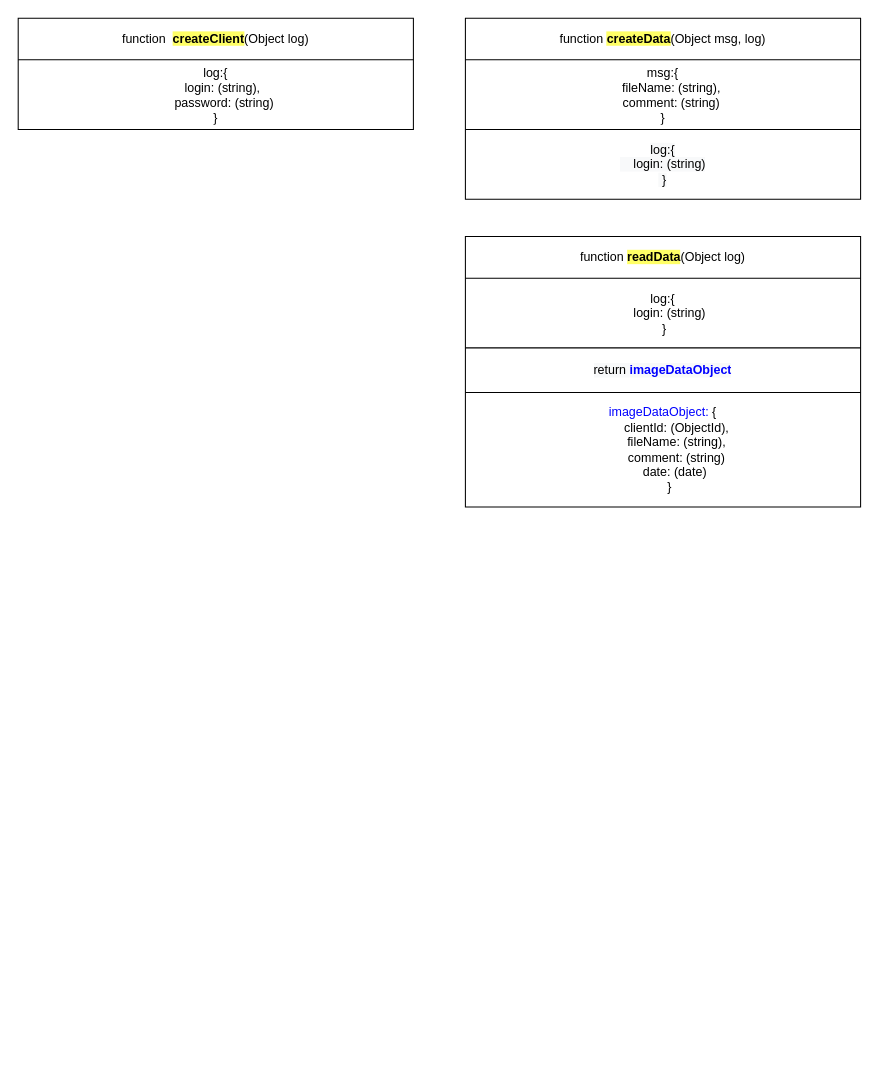
Above: page "Page-2" (2 of 2) of Biopysics_Project.drawio in KOVALcraft/TEST2_biopysics (draw.io), before the change. Source tidied: cells renumbered, new cells numbered last; positions are measured from the earlier drawing's top-left corner, leaving out a move shared by most shapes. Both pictures are drawn from the tidied source at 104%, with x=0, y=0 at pixel (18, 18).
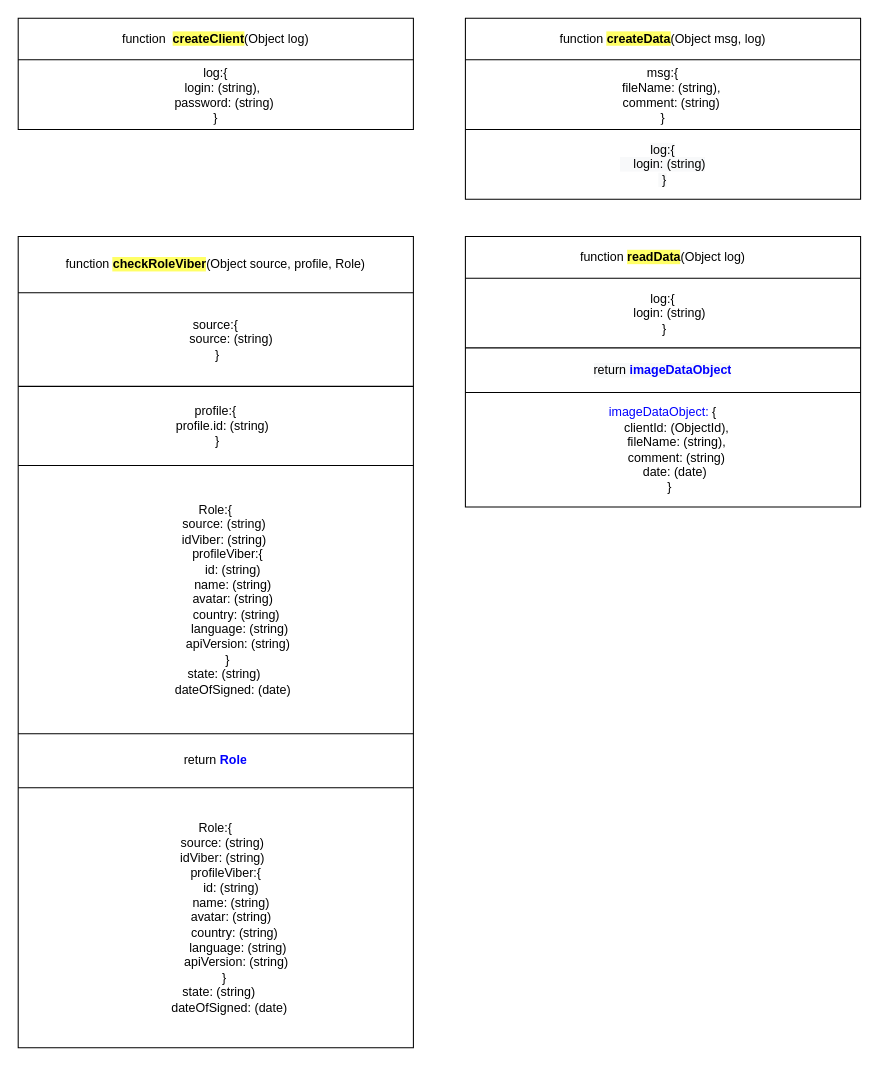
The same page after the edit.

Diff of the diagram source:
```diff
@@
+    <mxCell id="23" style="shape=table;html=1;whiteSpace=wrap;startSize=0;childLayout=tableLayout;" parent="1" vertex="1">
+      <mxGeometry y="210" width="380" height="780" as="geometry" />
+    </mxCell>
+    <mxCell id="24" style="shape=partialRectangle;html=1;whiteSpace=wrap;fillColor=none;top=0;left=0;bottom=0;right=0;" parent="23" vertex="1">
+      <mxGeometry width="380" height="54" as="geometry" />
+    </mxCell>
+    <mxCell id="25" value="function &lt;span style=&quot;background-color: rgb(255 , 255 , 102)&quot;&gt;&lt;b&gt;checkRoleViber&lt;/b&gt;&lt;/span&gt;&lt;span&gt;(Object source, profile, Role)&lt;/span&gt;" style="shape=partialRectangle;html=1;whiteSpace=wrap;overflow=hidden;fillColor=none;top=0;left=0;bottom=0;right=0;" parent="24" vertex="1">
+      <mxGeometry width="380" height="54" as="geometry" />
+    </mxCell>
+    <mxCell id="26" style="shape=partialRectangle;html=1;whiteSpace=wrap;fillColor=none;top=0;left=0;bottom=0;right=0;" parent="23" vertex="1">
+      <mxGeometry y="54" width="380" height="90" as="geometry" />
+    </mxCell>
+    <mxCell id="27" value="&lt;span style=&quot;font-family: &amp;#34;helvetica&amp;#34;&quot;&gt;source:{&lt;/span&gt;&lt;br style=&quot;font-family: &amp;#34;helvetica&amp;#34;&quot;&gt;&lt;span style=&quot;font-family: &amp;#34;helvetica&amp;#34;&quot;&gt;&lt;/span&gt;&lt;span style=&quot;font-family: &amp;#34;helvetica&amp;#34;&quot;&gt;&lt;span style=&quot;white-space: pre&quot;&gt; &lt;/span&gt;&lt;span style=&quot;white-space: pre&quot;&gt; &lt;/span&gt;&lt;span style=&quot;white-space: pre&quot;&gt; &lt;/span&gt;&lt;span style=&quot;white-space: pre&quot;&gt; &lt;span style=&quot;white-space: pre&quot;&gt; &lt;/span&gt;&lt;span style=&quot;white-space: pre&quot;&gt; &lt;/span&gt;&lt;span style=&quot;white-space: pre&quot;&gt; &lt;/span&gt;&lt;span style=&quot;white-space: pre&quot;&gt; &lt;/span&gt;&lt;span style=&quot;white-space: pre&quot;&gt; &lt;/span&gt;&lt;/span&gt;source: (string)&lt;/span&gt;&lt;br style=&quot;font-family: &amp;#34;helvetica&amp;#34;&quot;&gt;&lt;span style=&quot;font-family: &amp;#34;helvetica&amp;#34;&quot;&gt;&lt;span style=&quot;white-space: pre&quot;&gt; &lt;/span&gt;}&lt;/span&gt;" style="shape=partialRectangle;html=1;whiteSpace=wrap;overflow=hidden;fillColor=none;top=0;left=0;bottom=0;right=0;" parent="26" vertex="1">
+      <mxGeometry width="380" height="90" as="geometry" />
+    </mxCell>
+    <mxCell id="28" style="shape=partialRectangle;html=1;whiteSpace=wrap;fillColor=none;top=0;left=0;bottom=0;right=0;" parent="23" vertex="1">
+      <mxGeometry y="144" width="380" height="76" as="geometry" />
+    </mxCell>
+    <mxCell id="29" value="profile:{&lt;br&gt;&lt;span style=&quot;white-space: pre&quot;&gt; &lt;/span&gt;&lt;span style=&quot;white-space: pre&quot;&gt; &lt;span style=&quot;white-space: pre&quot;&gt; &lt;/span&gt;&lt;span style=&quot;white-space: pre&quot;&gt; &lt;/span&gt;&lt;/span&gt;profile.id: (string)&lt;br&gt;&lt;span style=&quot;white-space: pre&quot;&gt; &lt;/span&gt;}" style="shape=partialRectangle;html=1;whiteSpace=wrap;overflow=hidden;fillColor=none;top=0;left=0;bottom=0;right=0;" parent="28" vertex="1">
+      <mxGeometry width="380" height="76" as="geometry" />
+    </mxCell>
+    <mxCell id="30" style="shape=partialRectangle;html=1;whiteSpace=wrap;fillColor=none;top=0;left=0;bottom=0;right=0;" parent="23" vertex="1">
+      <mxGeometry y="220" width="380" height="258" as="geometry" />
+    </mxCell>
+    <mxCell id="31" value="Role:{&lt;br&gt;&lt;span style=&quot;white-space: pre&quot;&gt; &lt;/span&gt;&lt;span style=&quot;white-space: pre&quot;&gt; &lt;/span&gt;&lt;span style=&quot;white-space: pre&quot;&gt; &lt;/span&gt;&lt;span style=&quot;white-space: pre&quot;&gt; &lt;/span&gt;&lt;span style=&quot;white-space: pre&quot;&gt; &lt;/span&gt;source: (string)&lt;br&gt;&lt;span style=&quot;white-space: pre&quot;&gt; &lt;/span&gt;&lt;span style=&quot;white-space: pre&quot;&gt; &lt;/span&gt;&lt;span style=&quot;white-space: pre&quot;&gt; &lt;/span&gt;&lt;span style=&quot;white-space: pre&quot;&gt; &lt;/span&gt;&lt;span style=&quot;white-space: pre&quot;&gt; &lt;/span&gt;idViber: (string)&lt;br&gt;&lt;span style=&quot;white-space: pre&quot;&gt; &lt;/span&gt;&lt;span style=&quot;white-space: pre&quot;&gt; &lt;/span&gt;&lt;span style=&quot;white-space: pre&quot;&gt; &lt;/span&gt;&lt;span style=&quot;white-space: pre&quot;&gt; &lt;/span&gt;&amp;nbsp; &amp;nbsp;profileViber:{&lt;br&gt;&lt;span style=&quot;white-space: pre&quot;&gt; &lt;/span&gt;&lt;span style=&quot;white-space: pre&quot;&gt; &lt;/span&gt;&lt;span style=&quot;white-space: pre&quot;&gt; &lt;/span&gt;&lt;span style=&quot;white-space: pre&quot;&gt; &lt;/span&gt;&lt;span style=&quot;white-space: pre&quot;&gt; &lt;/span&gt;&lt;span style=&quot;white-space: pre&quot;&gt; &lt;/span&gt;&lt;span style=&quot;white-space: pre&quot;&gt; &lt;/span&gt;&lt;span style=&quot;white-space: pre&quot;&gt; &lt;/span&gt;&lt;span style=&quot;white-space: pre&quot;&gt; &lt;/span&gt;&amp;nbsp;id: (string)&lt;br&gt;&lt;span style=&quot;white-space: pre&quot;&gt; &lt;/span&gt;&lt;span style=&quot;white-space: pre&quot;&gt; &lt;/span&gt;&lt;span style=&quot;white-space: pre&quot;&gt; &lt;/span&gt;&lt;span style=&quot;white-space: pre&quot;&gt; &lt;/span&gt;&lt;span style=&quot;white-space: pre&quot;&gt; &lt;/span&gt;&lt;span style=&quot;white-space: pre&quot;&gt; &lt;/span&gt;&lt;span style=&quot;white-space: pre&quot;&gt; &lt;/span&gt;&lt;span style=&quot;white-space: pre&quot;&gt; &lt;/span&gt;&lt;span style=&quot;white-space: pre&quot;&gt; &lt;/span&gt;&lt;span style=&quot;white-space: pre&quot;&gt; &lt;/span&gt;name: (string)&lt;br&gt;&lt;span style=&quot;white-space: pre&quot;&gt; &lt;/span&gt;&lt;span style=&quot;white-space: pre&quot;&gt; &lt;/span&gt;&lt;span style=&quot;white-space: pre&quot;&gt; &lt;/span&gt;&lt;span style=&quot;white-space: pre&quot;&gt; &lt;/span&gt;&lt;span style=&quot;white-space: pre&quot;&gt; &lt;/span&gt;&lt;span style=&quot;white-space: pre&quot;&gt; &lt;/span&gt;&lt;span style=&quot;white-space: pre&quot;&gt; &lt;/span&gt;&lt;span style=&quot;white-space: pre&quot;&gt; &lt;/span&gt;&lt;span style=&quot;white-space: pre&quot;&gt; &lt;/span&gt;&lt;span style=&quot;white-space: pre&quot;&gt; &lt;/span&gt;avatar: (string)&lt;br&gt;&lt;span style=&quot;white-space: pre&quot;&gt; &lt;/span&gt;&lt;span style=&quot;white-space: pre&quot;&gt; &lt;/span&gt;&lt;span style=&quot;white-space: pre&quot;&gt; &lt;/span&gt;&lt;span style=&quot;white-space: pre&quot;&gt; &lt;/span&gt;&lt;span style=&quot;white-space: pre&quot;&gt; &lt;/span&gt;&lt;span style=&quot;white-space: pre&quot;&gt; &lt;/span&gt;&lt;span style=&quot;white-space: pre&quot;&gt; &lt;/span&gt;&lt;span style=&quot;white-space: pre&quot;&gt; &lt;/span&gt;&lt;span style=&quot;white-space: pre&quot;&gt; &lt;/span&gt;&lt;span style=&quot;white-space: pre&quot;&gt; &lt;/span&gt;&amp;nbsp; country: (string)&lt;br&gt;&lt;span style=&quot;white-space: pre&quot;&gt; &lt;/span&gt;&lt;span style=&quot;white-space: pre&quot;&gt; &lt;/span&gt;&lt;span style=&quot;white-space: pre&quot;&gt; &lt;/span&gt;&lt;span style=&quot;white-space: pre&quot;&gt; &lt;/span&gt;&lt;span style=&quot;white-space: pre&quot;&gt; &lt;/span&gt;&lt;span style=&quot;white-space: pre&quot;&gt; &lt;/span&gt;&lt;span style=&quot;white-space: pre&quot;&gt; &lt;/span&gt;&lt;span style=&quot;white-space: pre&quot;&gt; &lt;/span&gt;&lt;span style=&quot;white-space: pre&quot;&gt; &lt;/span&gt;&lt;span style=&quot;white-space: pre&quot;&gt; &lt;/span&gt;&amp;nbsp; &amp;nbsp; language: (string)&lt;br&gt;&lt;span style=&quot;white-space: pre&quot;&gt; &lt;/span&gt;&lt;span style=&quot;white-space: pre&quot;&gt; &lt;/span&gt;&lt;span style=&quot;white-space: pre&quot;&gt; &lt;/span&gt;&lt;span style=&quot;white-space: pre&quot;&gt; &lt;/span&gt;&lt;span style=&quot;white-space: pre&quot;&gt; &lt;/span&gt;&lt;span style=&quot;white-space: pre&quot;&gt; &lt;/span&gt;&lt;span style=&quot;white-space: pre&quot;&gt; &lt;/span&gt;&lt;span style=&quot;white-space: pre&quot;&gt; &lt;/span&gt;&lt;span style=&quot;white-space: pre&quot;&gt; &lt;/span&gt;&lt;span style=&quot;white-space: pre&quot;&gt; &lt;/span&gt;&amp;nbsp; &amp;nbsp;apiVersion: (string)&lt;br&gt;&lt;span style=&quot;white-space: pre&quot;&gt; &lt;/span&gt;&lt;span style=&quot;white-space: pre&quot;&gt; &lt;/span&gt;&lt;span style=&quot;white-space: pre&quot;&gt; &lt;/span&gt;&lt;span style=&quot;white-space: pre&quot;&gt; &lt;/span&gt;&lt;span style=&quot;white-space: pre&quot;&gt; &lt;/span&gt;&lt;span style=&quot;white-space: pre&quot;&gt; &lt;/span&gt;&lt;span style=&quot;white-space: pre&quot;&gt; &lt;/span&gt;}&lt;br&gt;&lt;span style=&quot;white-space: pre&quot;&gt; &lt;/span&gt;&lt;span style=&quot;white-space: pre&quot;&gt; &lt;/span&gt;&lt;span style=&quot;white-space: pre&quot;&gt; &lt;/span&gt;&lt;span style=&quot;white-space: pre&quot;&gt; &lt;/span&gt;&lt;span style=&quot;white-space: pre&quot;&gt; &lt;/span&gt;state: (string)&lt;br&gt;&lt;span style=&quot;white-space: pre&quot;&gt; &lt;/span&gt;&lt;span style=&quot;white-space: pre&quot;&gt; &lt;/span&gt;&lt;span style=&quot;white-space: pre&quot;&gt; &lt;/span&gt;&lt;span style=&quot;white-space: pre&quot;&gt; &lt;/span&gt;&lt;span style=&quot;white-space: pre&quot;&gt; &lt;/span&gt;&lt;span style=&quot;white-space: pre&quot;&gt; &lt;/span&gt;&amp;nbsp; &amp;nbsp; dateOfSigned: (date)" style="shape=partialRectangle;html=1;whiteSpace=wrap;overflow=hidden;fillColor=none;top=0;left=0;bottom=0;right=0;" parent="30" vertex="1">
+      <mxGeometry width="380" height="258" as="geometry" />
+    </mxCell>
+    <mxCell id="32" style="shape=partialRectangle;html=1;whiteSpace=wrap;fillColor=none;top=0;left=0;bottom=0;right=0;" parent="23" vertex="1">
+      <mxGeometry y="478" width="380" height="52" as="geometry" />
+    </mxCell>
+    <mxCell id="33" value="&lt;span style=&quot;font-family: &amp;#34;helvetica&amp;#34;&quot;&gt;return&amp;nbsp;&lt;/span&gt;&lt;span style=&quot;font-family: &amp;#34;helvetica&amp;#34;&quot;&gt;&lt;b&gt;&lt;font color=&quot;#0000ff&quot;&gt;Role&lt;/font&gt;&lt;/b&gt;&lt;/span&gt;" style="shape=partialRectangle;html=1;whiteSpace=wrap;overflow=hidden;fillColor=none;top=0;left=0;bottom=0;right=0;" parent="32" vertex="1">
+      <mxGeometry width="380" height="52" as="geometry" />
+    </mxCell>
+    <mxCell id="34" style="shape=partialRectangle;html=1;whiteSpace=wrap;fillColor=none;top=0;left=0;bottom=0;right=0;" parent="23" vertex="1">
+      <mxGeometry y="530" width="380" height="250" as="geometry" />
+    </mxCell>
+    <mxCell id="35" value="&lt;span&gt;Role:{&lt;/span&gt;&lt;br&gt;&lt;span&gt; &lt;/span&gt;&lt;span&gt; &lt;/span&gt;&lt;span&gt; &lt;/span&gt;&lt;span&gt; &lt;/span&gt;&lt;span&gt; &lt;/span&gt;&lt;span&gt;&lt;span style=&quot;white-space: pre&quot;&gt; &lt;/span&gt;&lt;span style=&quot;white-space: pre&quot;&gt; &lt;/span&gt;&lt;span style=&quot;white-space: pre&quot;&gt; &lt;/span&gt;&lt;span style=&quot;white-space: pre&quot;&gt; &lt;/span&gt;source: (string)&lt;/span&gt;&lt;br&gt;&lt;span&gt; &lt;/span&gt;&lt;span&gt; &lt;/span&gt;&lt;span&gt; &lt;/span&gt;&lt;span&gt; &lt;/span&gt;&lt;span&gt; &lt;/span&gt;&lt;span&gt;&lt;span style=&quot;white-space: pre&quot;&gt; &lt;/span&gt;&lt;span style=&quot;white-space: pre&quot;&gt; &lt;/span&gt;&lt;span style=&quot;white-space: pre&quot;&gt; &lt;/span&gt;&lt;span style=&quot;white-space: pre&quot;&gt; &lt;/span&gt;idViber: (string)&lt;/span&gt;&lt;br&gt;&lt;span&gt; &lt;/span&gt;&lt;span&gt; &lt;/span&gt;&lt;span&gt; &lt;/span&gt;&lt;span&gt; &lt;/span&gt;&lt;span&gt;&amp;nbsp;&lt;span style=&quot;white-space: pre&quot;&gt; &lt;/span&gt;&lt;span style=&quot;white-space: pre&quot;&gt; &lt;/span&gt;&lt;span style=&quot;white-space: pre&quot;&gt; &lt;/span&gt; &amp;nbsp;profileViber:{&lt;/span&gt;&lt;br&gt;&lt;span&gt; &lt;/span&gt;&lt;span&gt; &lt;/span&gt;&lt;span&gt; &lt;/span&gt;&lt;span&gt; &lt;/span&gt;&lt;span&gt; &lt;/span&gt;&lt;span&gt; &lt;/span&gt;&lt;span&gt; &lt;/span&gt;&lt;span&gt; &lt;/span&gt;&lt;span&gt; &lt;/span&gt;&lt;span&gt;&lt;span style=&quot;white-space: pre&quot;&gt; &lt;/span&gt;&lt;span style=&quot;white-space: pre&quot;&gt; &lt;/span&gt;&lt;span style=&quot;white-space: pre&quot;&gt; &lt;/span&gt;&lt;span style=&quot;white-space: pre&quot;&gt; &lt;/span&gt;&lt;span style=&quot;white-space: pre&quot;&gt; &lt;/span&gt;&lt;span style=&quot;white-space: pre&quot;&gt; &lt;/span&gt;&lt;span style=&quot;white-space: pre&quot;&gt; &lt;/span&gt;&lt;span style=&quot;white-space: pre&quot;&gt; &lt;/span&gt;&amp;nbsp;id: (string)&lt;/span&gt;&lt;br&gt;&lt;span&gt; &lt;/span&gt;&lt;span&gt; &lt;/span&gt;&lt;span&gt; &lt;/span&gt;&lt;span&gt; &lt;/span&gt;&lt;span&gt; &lt;/span&gt;&lt;span&gt; &lt;/span&gt;&lt;span&gt; &lt;/span&gt;&lt;span&gt; &lt;/span&gt;&lt;span&gt; &lt;/span&gt;&lt;span&gt; &lt;/span&gt;&lt;span&gt;&lt;span style=&quot;white-space: pre&quot;&gt; &lt;/span&gt;&lt;span style=&quot;white-space: pre&quot;&gt; &lt;/span&gt;&lt;span style=&quot;white-space: pre&quot;&gt; &lt;/span&gt;&lt;span style=&quot;white-space: pre&quot;&gt; &lt;/span&gt;&lt;span style=&quot;white-space: pre&quot;&gt; &lt;/span&gt;&lt;span style=&quot;white-space: pre&quot;&gt; &lt;/span&gt;&lt;span style=&quot;white-space: pre&quot;&gt; &lt;/span&gt;&lt;span style=&quot;white-space: pre&quot;&gt; &lt;/span&gt;&lt;span style=&quot;white-space: pre&quot;&gt; &lt;/span&gt;name: (string)&lt;/span&gt;&lt;br&gt;&lt;span&gt; &lt;/span&gt;&lt;span&gt; &lt;/span&gt;&lt;span&gt; &lt;/span&gt;&lt;span&gt; &lt;/span&gt;&lt;span&gt; &lt;/span&gt;&lt;span&gt; &lt;/span&gt;&lt;span&gt; &lt;/span&gt;&lt;span&gt; &lt;/span&gt;&lt;span&gt; &lt;/span&gt;&lt;span&gt; &lt;/span&gt;&lt;span&gt;&lt;span style=&quot;white-space: pre&quot;&gt; &lt;/span&gt;&lt;span style=&quot;white-space: pre&quot;&gt; &lt;/span&gt;&lt;span style=&quot;white-space: pre&quot;&gt; &lt;/span&gt;&lt;span style=&quot;white-space: pre&quot;&gt; &lt;/span&gt;&lt;span style=&quot;white-space: pre&quot;&gt; &lt;/span&gt;&lt;span style=&quot;white-space: pre&quot;&gt; &lt;/span&gt;&lt;span style=&quot;white-space: pre&quot;&gt; &lt;/span&gt;&lt;span style=&quot;white-space: pre&quot;&gt; &lt;/span&gt;&lt;span style=&quot;white-space: pre&quot;&gt; &lt;/span&gt;avatar: (string)&lt;/span&gt;&lt;br&gt;&lt;span&gt; &lt;/span&gt;&lt;span&gt; &lt;/span&gt;&lt;span&gt; &lt;/span&gt;&lt;span&gt; &lt;/span&gt;&lt;span&gt; &lt;/span&gt;&lt;span&gt; &lt;/span&gt;&lt;span&gt; &lt;/span&gt;&lt;span&gt; &lt;/span&gt;&lt;span&gt; &lt;/span&gt;&lt;span&gt; &lt;/span&gt;&lt;span&gt;&lt;span style=&quot;white-space: pre&quot;&gt; &lt;/span&gt;&lt;span style=&quot;white-space: pre&quot;&gt; &lt;/span&gt;&lt;span style=&quot;white-space: pre&quot;&gt; &lt;/span&gt;&lt;span style=&quot;white-space: pre&quot;&gt; &lt;/span&gt;&lt;span style=&quot;white-space: pre&quot;&gt; &lt;/span&gt;&lt;span style=&quot;white-space: pre&quot;&gt; &lt;/span&gt;&lt;span style=&quot;white-space: pre&quot;&gt; &lt;/span&gt;&lt;span style=&quot;white-space: pre&quot;&gt; &lt;/span&gt;&lt;span style=&quot;white-space: pre&quot;&gt; &lt;/span&gt;&amp;nbsp; country: (string)&lt;/span&gt;&lt;br&gt;&lt;span&gt; &lt;/span&gt;&lt;span&gt; &lt;/span&gt;&lt;span&gt; &lt;/span&gt;&lt;span&gt; &lt;/span&gt;&lt;span&gt; &lt;/span&gt;&lt;span&gt; &lt;/span&gt;&lt;span&gt; &lt;/span&gt;&lt;span&gt; &lt;/span&gt;&lt;span&gt; &lt;/span&gt;&lt;span&gt; &lt;/span&gt;&lt;span&gt;&lt;span style=&quot;white-space: pre&quot;&gt; &lt;/span&gt;&lt;span style=&quot;white-space: pre&quot;&gt; &lt;/span&gt;&lt;span style=&quot;white-space: pre&quot;&gt; &lt;/span&gt;&lt;span style=&quot;white-space: pre&quot;&gt; &lt;/span&gt;&lt;span style=&quot;white-space: pre&quot;&gt; &lt;/span&gt;&lt;span style=&quot;white-space: pre&quot;&gt; &lt;/span&gt;&lt;span style=&quot;white-space: pre&quot;&gt; &lt;/span&gt;&lt;span style=&quot;white-space: pre&quot;&gt; &lt;/span&gt;&lt;span style=&quot;white-space: pre&quot;&gt; &lt;/span&gt;&amp;nbsp; &amp;nbsp; language: (string)&lt;/span&gt;&lt;br&gt;&lt;span&gt; &lt;/span&gt;&lt;span&gt; &lt;/span&gt;&lt;span&gt; &lt;/span&gt;&lt;span&gt; &lt;/span&gt;&lt;span&gt; &lt;/span&gt;&lt;span&gt; &lt;/span&gt;&lt;span&gt; &lt;/span&gt;&lt;span&gt; &lt;/span&gt;&lt;span&gt; &lt;/span&gt;&lt;span&gt; &lt;/span&gt;&lt;span&gt;&lt;span style=&quot;white-space: pre&quot;&gt; &lt;/span&gt;&lt;span style=&quot;white-space: pre&quot;&gt; &lt;/span&gt;&lt;span style=&quot;white-space: pre&quot;&gt; &lt;/span&gt;&lt;span style=&quot;white-space: pre&quot;&gt; &lt;/span&gt;&lt;span style=&quot;white-space: pre&quot;&gt; &lt;/span&gt;&lt;span style=&quot;white-space: pre&quot;&gt; &lt;/span&gt;&lt;span style=&quot;white-space: pre&quot;&gt; &lt;/span&gt;&lt;span style=&quot;white-space: pre&quot;&gt; &lt;/span&gt;&lt;span style=&quot;white-space: pre&quot;&gt; &lt;/span&gt;&amp;nbsp; &amp;nbsp;apiVersion: (string)&lt;/span&gt;&lt;br&gt;&lt;span&gt; &lt;/span&gt;&lt;span&gt; &lt;/span&gt;&lt;span&gt; &lt;/span&gt;&lt;span&gt; &lt;/span&gt;&lt;span&gt; &lt;/span&gt;&lt;span&gt; &lt;/span&gt;&lt;span&gt; &lt;/span&gt;&lt;span&gt;&lt;span style=&quot;white-space: pre&quot;&gt; &lt;/span&gt;&lt;span style=&quot;white-space: pre&quot;&gt; &lt;/span&gt;&lt;span style=&quot;white-space: pre&quot;&gt; &lt;/span&gt;&lt;span style=&quot;white-space: pre&quot;&gt; &lt;/span&gt;&lt;span style=&quot;white-space: pre&quot;&gt; &lt;/span&gt;}&lt;/span&gt;&lt;br&gt;&lt;span&gt; &lt;/span&gt;&lt;span&gt; &lt;/span&gt;&lt;span&gt; &lt;/span&gt;&lt;span&gt; &lt;/span&gt;&lt;span&gt; &lt;/span&gt;&lt;span&gt;&lt;span style=&quot;white-space: pre&quot;&gt; &lt;/span&gt;&lt;span style=&quot;white-space: pre&quot;&gt; &lt;/span&gt;state: (string)&lt;/span&gt;&lt;br&gt;&lt;span&gt; &lt;/span&gt;&lt;span&gt; &lt;/span&gt;&lt;span&gt; &lt;/span&gt;&lt;span&gt; &lt;/span&gt;&lt;span&gt; &lt;/span&gt;&lt;span&gt; &lt;/span&gt;&lt;span&gt;&amp;nbsp; &amp;nbsp;&lt;span style=&quot;white-space: pre&quot;&gt; &lt;/span&gt;&lt;span style=&quot;white-space: pre&quot;&gt; &lt;/span&gt;&lt;span style=&quot;white-space: pre&quot;&gt; &lt;/span&gt;&amp;nbsp; dateOfSigned: (date)&lt;/span&gt;" style="shape=partialRectangle;html=1;whiteSpace=wrap;overflow=hidden;fillColor=none;top=0;left=0;bottom=0;right=0;" parent="34" vertex="1">
+      <mxGeometry width="380" height="250" as="geometry" />
+    </mxCell>
```
